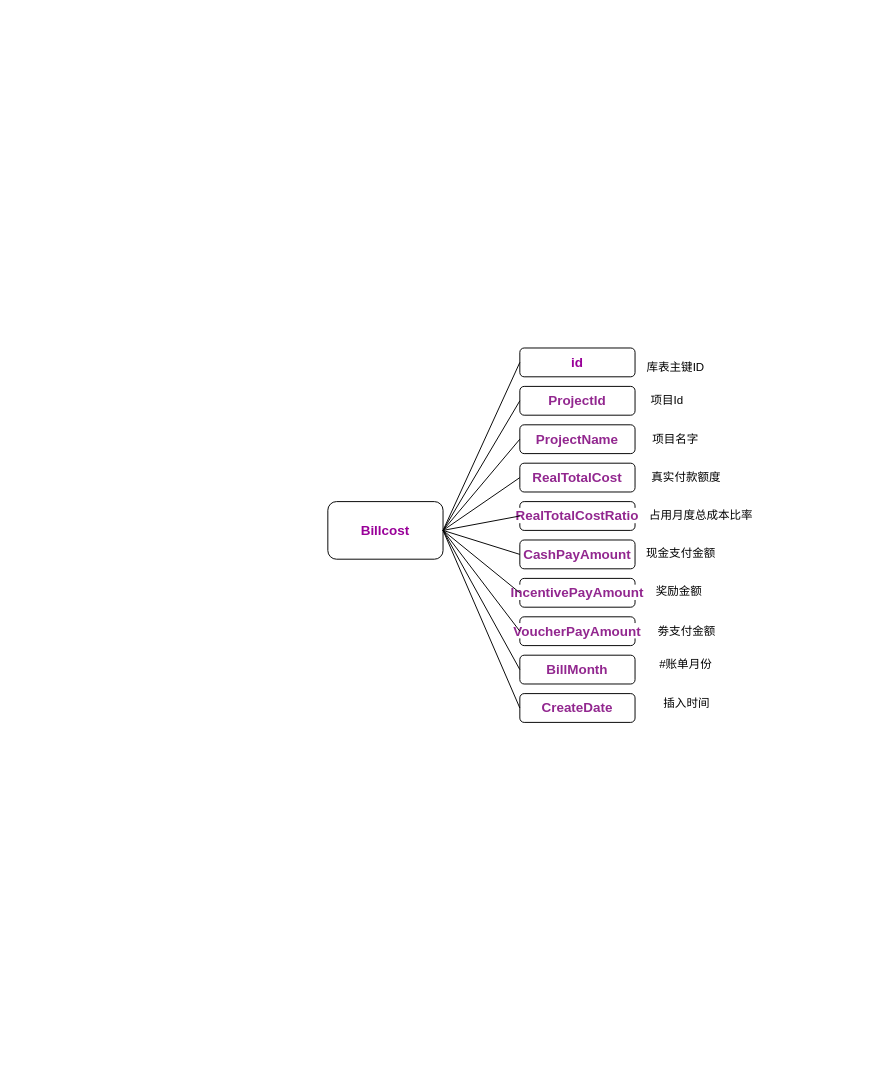
Above: display.drawio in Henryblankwu/untitled7 (draw.io), before the change. Source tidied: cells renumbered, new cells numbered last; positions are measured from the earlier drawing's top-left corner, leaving out a move shared by most shapes. Both pictures are drawn from the tidied source at 96%, with x=0, y=0 at pixel (327, 348).
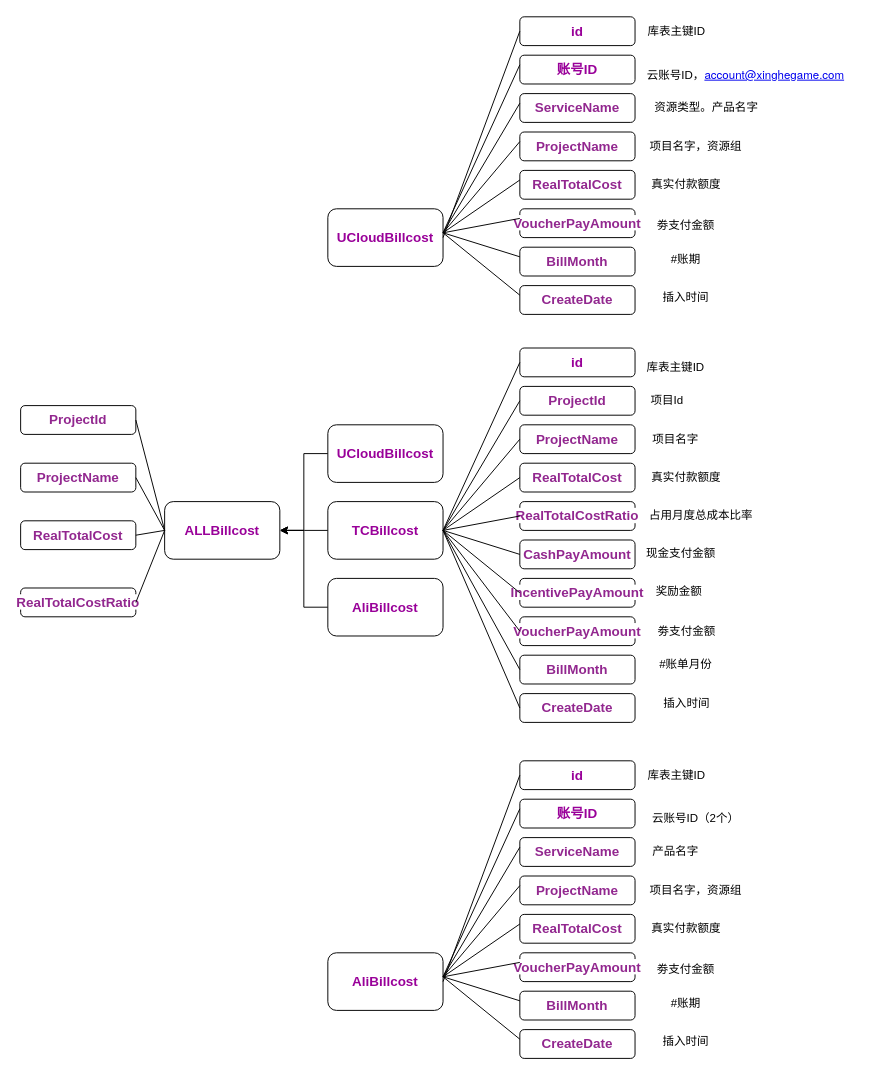
After the change.

Diff of the diagram source:
```diff
@@
+    <mxCell id="33" style="edgeStyle=orthogonalEdgeStyle;rounded=0;jettySize=auto;html=1;exitX=0;exitY=0.5;exitDx=0;exitDy=0;" parent="1" edge="1" source="13">
+      <mxGeometry relative="1" as="geometry">
+        <mxPoint x="-50" y="190" as="targetPoint" />
+      </mxGeometry>
+    </mxCell>
-    <mxCell id="13" value="&lt;b&gt;&lt;font color=&quot;#990099&quot; style=&quot;font-size: 14px&quot;&gt;Billcost&lt;/font&gt;&lt;/b&gt;" style="rounded=1;whiteSpace=wrap;html=1;" parent="1" vertex="1">
+    <mxCell id="13" value="&lt;b&gt;&lt;font color=&quot;#990099&quot; style=&quot;font-size: 14px&quot;&gt;TCBillcost&lt;/font&gt;&lt;/b&gt;" style="rounded=1;whiteSpace=wrap;html=1;" parent="1" vertex="1">
       <mxGeometry y="160" width="120" height="60" as="geometry" />
     </mxCell>
@@
+    <mxCell id="34" value="&lt;b&gt;&lt;font color=&quot;#990099&quot; style=&quot;font-size: 14px&quot;&gt;ALLBillcost&lt;/font&gt;&lt;/b&gt;" style="rounded=1;whiteSpace=wrap;html=1;" parent="1" vertex="1">
+      <mxGeometry x="-170" y="160" width="120" height="60" as="geometry" />
+    </mxCell>
+    <mxCell id="35" style="edgeStyle=orthogonalEdgeStyle;rounded=0;jettySize=auto;html=1;exitX=0;exitY=0.5;exitDx=0;exitDy=0;entryX=1;entryY=0.5;entryDx=0;entryDy=0;" parent="1" edge="1" source="36" target="34">
+      <mxGeometry relative="1" as="geometry" />
+    </mxCell>
+    <mxCell id="36" value="&lt;b&gt;&lt;font color=&quot;#990099&quot; style=&quot;font-size: 14px&quot;&gt;UCloudBillcost&lt;/font&gt;&lt;/b&gt;" style="rounded=1;whiteSpace=wrap;html=1;" parent="1" vertex="1">
+      <mxGeometry y="80" width="120" height="60" as="geometry" />
+    </mxCell>
+    <mxCell id="37" style="edgeStyle=orthogonalEdgeStyle;rounded=0;jettySize=auto;html=1;exitX=0;exitY=0.5;exitDx=0;exitDy=0;entryX=1;entryY=0.5;entryDx=0;entryDy=0;" parent="1" edge="1" source="38" target="34">
+      <mxGeometry relative="1" as="geometry" />
+    </mxCell>
+    <mxCell id="38" value="&lt;b&gt;&lt;font color=&quot;#990099&quot; style=&quot;font-size: 14px&quot;&gt;AliBillcost&lt;/font&gt;&lt;/b&gt;" style="rounded=1;whiteSpace=wrap;html=1;" parent="1" vertex="1">
+      <mxGeometry y="240" width="120" height="60" as="geometry" />
+    </mxCell>
+    <mxCell id="39" value="&lt;span style=&quot;color: rgb(146 , 39 , 143) ; font-family: &amp;#34;menlo&amp;#34; , monospace , &amp;#34;tahoma&amp;#34; , , ; font-size: 14px ; font-weight: 700 ; background-color: rgb(255 , 255 , 255)&quot;&gt;ProjectId&lt;/span&gt;" style="rounded=1;whiteSpace=wrap;html=1;" parent="1" vertex="1">
+      <mxGeometry x="-320" y="60" width="120" height="30" as="geometry" />
+    </mxCell>
+    <mxCell id="40" value="&lt;span style=&quot;color: rgb(146 , 39 , 143) ; font-family: &amp;#34;menlo&amp;#34; , monospace , &amp;#34;tahoma&amp;#34; , , ; font-size: 14px ; font-weight: 700 ; background-color: rgb(255 , 255 , 255)&quot;&gt;ProjectName&lt;/span&gt;" style="rounded=1;whiteSpace=wrap;html=1;" parent="1" vertex="1">
+      <mxGeometry x="-320" y="120" width="120" height="30" as="geometry" />
+    </mxCell>
+    <mxCell id="41" value="&lt;span style=&quot;color: rgb(146 , 39 , 143) ; font-family: &amp;#34;menlo&amp;#34; , monospace , &amp;#34;tahoma&amp;#34; , , ; font-size: 14px ; font-weight: 700 ; background-color: rgb(255 , 255 , 255)&quot;&gt;RealTotalCost&lt;/span&gt;" style="rounded=1;whiteSpace=wrap;html=1;" parent="1" vertex="1">
+      <mxGeometry x="-320" y="180" width="120" height="30" as="geometry" />
+    </mxCell>
+    <mxCell id="42" value="&lt;span style=&quot;color: rgb(146 , 39 , 143) ; font-family: &amp;#34;menlo&amp;#34; , monospace , &amp;#34;tahoma&amp;#34; , , ; font-size: 14px ; font-weight: 700 ; background-color: rgb(255 , 255 , 255)&quot;&gt;RealTotalCostRatio&lt;/span&gt;" style="rounded=1;whiteSpace=wrap;html=1;" parent="1" vertex="1">
+      <mxGeometry x="-320" y="250" width="120" height="30" as="geometry" />
+    </mxCell>
+    <mxCell id="43" style="endArrow=none;html=1;exitX=0;exitY=0.5;exitDx=0;exitDy=0;entryX=1;entryY=0.5;entryDx=0;entryDy=0;" parent="1" edge="1" source="34" target="39">
+      <mxGeometry relative="1" as="geometry" />
+    </mxCell>
+    <mxCell id="44" style="endArrow=none;html=1;entryX=1;entryY=0.5;entryDx=0;entryDy=0;" parent="1" edge="1" target="42">
+      <mxGeometry relative="1" as="geometry">
+        <mxPoint x="-170" y="190" as="sourcePoint" />
+      </mxGeometry>
+    </mxCell>
+    <mxCell id="45" style="endArrow=none;html=1;entryX=1;entryY=0.5;entryDx=0;entryDy=0;" parent="1" edge="1" target="40">
+      <mxGeometry relative="1" as="geometry">
+        <mxPoint x="-170" y="190" as="sourcePoint" />
+      </mxGeometry>
+    </mxCell>
+    <mxCell id="46" style="endArrow=none;html=1;entryX=1;entryY=0.5;entryDx=0;entryDy=0;" parent="1" edge="1" target="41">
+      <mxGeometry relative="1" as="geometry">
+        <mxPoint x="-170" y="190" as="sourcePoint" />
+      </mxGeometry>
+    </mxCell>
+    <mxCell id="47" value="&lt;b&gt;&lt;font color=&quot;#990099&quot; style=&quot;font-size: 14px&quot;&gt;AliBillcost&lt;/font&gt;&lt;/b&gt;" style="rounded=1;whiteSpace=wrap;html=1;" parent="1" vertex="1">
+      <mxGeometry y="630" width="120" height="60" as="geometry" />
+    </mxCell>
+    <mxCell id="48" value="&lt;font color=&quot;#990099&quot;&gt;&lt;span style=&quot;font-size: 14px&quot;&gt;&lt;b&gt;账号ID&lt;/b&gt;&lt;/span&gt;&lt;/font&gt;" style="rounded=1;whiteSpace=wrap;html=1;" parent="1" vertex="1">
+      <mxGeometry x="200" y="470" width="120" height="30" as="geometry" />
+    </mxCell>
+    <mxCell id="49" value="&lt;font color=&quot;#92278f&quot;&gt;&lt;span style=&quot;font-size: 14px ; background-color: rgb(255 , 255 , 255)&quot;&gt;&lt;b&gt;ServiceName&lt;/b&gt;&lt;/span&gt;&lt;/font&gt;" style="rounded=1;whiteSpace=wrap;html=1;" parent="1" vertex="1">
+      <mxGeometry x="200" y="510" width="120" height="30" as="geometry" />
+    </mxCell>
+    <mxCell id="50" value="&lt;span style=&quot;color: rgb(146 , 39 , 143) ; font-family: &amp;#34;menlo&amp;#34; , monospace , &amp;#34;tahoma&amp;#34; , , ; font-size: 14px ; font-weight: 700 ; background-color: rgb(255 , 255 , 255)&quot;&gt;ProjectName&lt;/span&gt;" style="rounded=1;whiteSpace=wrap;html=1;" parent="1" vertex="1">
+      <mxGeometry x="200" y="550" width="120" height="30" as="geometry" />
+    </mxCell>
+    <mxCell id="51" value="&lt;span style=&quot;color: rgb(146 , 39 , 143) ; font-family: &amp;#34;menlo&amp;#34; , monospace , &amp;#34;tahoma&amp;#34; , , ; font-size: 14px ; font-weight: 700 ; background-color: rgb(255 , 255 , 255)&quot;&gt;RealTotalCost&lt;/span&gt;" style="rounded=1;whiteSpace=wrap;html=1;" parent="1" vertex="1">
+      <mxGeometry x="200" y="590" width="120" height="30" as="geometry" />
+    </mxCell>
+    <mxCell id="52" value="&lt;span style=&quot;color: rgb(146 , 39 , 143) ; font-family: &amp;#34;menlo&amp;#34; , monospace , &amp;#34;tahoma&amp;#34; , , ; font-size: 14px ; font-weight: 700 ; background-color: rgb(255 , 255 , 255)&quot;&gt;VoucherPayAmount&lt;/span&gt;" style="rounded=1;whiteSpace=wrap;html=1;" parent="1" vertex="1">
+      <mxGeometry x="200" y="630" width="120" height="30" as="geometry" />
+    </mxCell>
+    <mxCell id="53" value="&lt;span style=&quot;color: rgb(146 , 39 , 143) ; font-family: &amp;#34;menlo&amp;#34; , monospace , &amp;#34;tahoma&amp;#34; , , ; font-size: 14px ; font-weight: 700 ; background-color: rgb(255 , 255 , 255)&quot;&gt;BillMonth&lt;/span&gt;" style="rounded=1;whiteSpace=wrap;html=1;" parent="1" vertex="1">
+      <mxGeometry x="200" y="670" width="120" height="30" as="geometry" />
+    </mxCell>
+    <mxCell id="54" value="#账期" style="text;html=1;strokeColor=none;fillColor=none;align=center;verticalAlign=middle;whiteSpace=wrap;rounded=0;" parent="1" vertex="1">
+      <mxGeometry x="329.5" y="672.5" width="86" height="20" as="geometry" />
+    </mxCell>
+    <mxCell id="55" value="劵支付金额" style="text;html=1;strokeColor=none;fillColor=none;align=center;verticalAlign=middle;whiteSpace=wrap;rounded=0;" parent="1" vertex="1">
+      <mxGeometry x="330" y="637.5" width="86" height="20" as="geometry" />
+    </mxCell>
+    <mxCell id="56" value="真实付款额度" style="text;html=1;strokeColor=none;fillColor=none;align=center;verticalAlign=middle;whiteSpace=wrap;rounded=0;" parent="1" vertex="1">
+      <mxGeometry x="320" y="595" width="107" height="20" as="geometry" />
+    </mxCell>
+    <mxCell id="57" value="项目名字，资源组" style="text;html=1;strokeColor=none;fillColor=none;align=center;verticalAlign=middle;whiteSpace=wrap;rounded=0;" parent="1" vertex="1">
+      <mxGeometry x="330" y="555" width="107" height="20" as="geometry" />
+    </mxCell>
+    <mxCell id="58" value="产品名字" style="text;html=1;strokeColor=none;fillColor=none;align=center;verticalAlign=middle;whiteSpace=wrap;rounded=0;" parent="1" vertex="1">
+      <mxGeometry x="309" y="515" width="107" height="20" as="geometry" />
+    </mxCell>
+    <mxCell id="59" value="云账号ID（2个）" style="text;html=1;strokeColor=none;fillColor=none;align=center;verticalAlign=middle;whiteSpace=wrap;rounded=0;" parent="1" vertex="1">
+      <mxGeometry x="329.5" y="480" width="107" height="20" as="geometry" />
+    </mxCell>
+    <mxCell id="60" value="&lt;font color=&quot;#92278f&quot;&gt;&lt;span style=&quot;font-size: 14px ; background-color: rgb(255 , 255 , 255)&quot;&gt;&lt;b&gt;CreateDate&lt;/b&gt;&lt;/span&gt;&lt;/font&gt;" style="rounded=1;whiteSpace=wrap;html=1;" parent="1" vertex="1">
+      <mxGeometry x="200" y="710" width="120" height="30" as="geometry" />
+    </mxCell>
+    <mxCell id="61" value="插入时间" style="text;html=1;strokeColor=none;fillColor=none;align=center;verticalAlign=middle;whiteSpace=wrap;rounded=0;" parent="1" vertex="1">
+      <mxGeometry x="330" y="712.5" width="86" height="20" as="geometry" />
+    </mxCell>
+    <mxCell id="62" style="endArrow=none;html=1;exitX=1;exitY=0.5;exitDx=0;exitDy=0;entryX=0;entryY=0.5;entryDx=0;entryDy=0;" parent="1" edge="1">
+      <mxGeometry relative="1" as="geometry">
+        <mxPoint x="120" y="655" as="sourcePoint" />
+        <mxPoint x="200" y="520" as="targetPoint" />
+      </mxGeometry>
+    </mxCell>
+    <mxCell id="63" style="endArrow=none;html=1;exitX=1;exitY=0.5;exitDx=0;exitDy=0;entryX=0;entryY=0.5;entryDx=0;entryDy=0;" parent="1" edge="1">
+      <mxGeometry relative="1" as="geometry">
+        <mxPoint x="120" y="655" as="sourcePoint" />
+        <mxPoint x="200" y="480" as="targetPoint" />
+      </mxGeometry>
+    </mxCell>
+    <mxCell id="64" style="endArrow=none;html=1;exitX=1;exitY=0.5;exitDx=0;exitDy=0;entryX=0;entryY=0.5;entryDx=0;entryDy=0;" parent="1" edge="1">
+      <mxGeometry relative="1" as="geometry">
+        <mxPoint x="120" y="655" as="sourcePoint" />
+        <mxPoint x="200" y="560" as="targetPoint" />
+      </mxGeometry>
+    </mxCell>
+    <mxCell id="65" style="endArrow=none;html=1;exitX=1;exitY=0.5;exitDx=0;exitDy=0;entryX=0;entryY=0.5;entryDx=0;entryDy=0;" parent="1" edge="1">
+      <mxGeometry relative="1" as="geometry">
+        <mxPoint x="120" y="655" as="sourcePoint" />
+        <mxPoint x="200" y="600" as="targetPoint" />
+      </mxGeometry>
+    </mxCell>
+    <mxCell id="66" style="endArrow=none;html=1;exitX=1;exitY=0.5;exitDx=0;exitDy=0;entryX=0;entryY=0.5;entryDx=0;entryDy=0;" parent="1" edge="1">
+      <mxGeometry relative="1" as="geometry">
+        <mxPoint x="120" y="655" as="sourcePoint" />
+        <mxPoint x="200" y="640" as="targetPoint" />
+      </mxGeometry>
+    </mxCell>
+    <mxCell id="67" style="endArrow=none;html=1;exitX=1;exitY=0.5;exitDx=0;exitDy=0;entryX=0;entryY=0.5;entryDx=0;entryDy=0;" parent="1" edge="1">
+      <mxGeometry relative="1" as="geometry">
+        <mxPoint x="120" y="655" as="sourcePoint" />
+        <mxPoint x="200" y="680" as="targetPoint" />
+      </mxGeometry>
+    </mxCell>
+    <mxCell id="68" style="endArrow=none;html=1;exitX=1;exitY=0.5;exitDx=0;exitDy=0;entryX=0;entryY=0.5;entryDx=0;entryDy=0;" parent="1" edge="1">
+      <mxGeometry relative="1" as="geometry">
+        <mxPoint x="120" y="655" as="sourcePoint" />
+        <mxPoint x="200" y="720" as="targetPoint" />
+      </mxGeometry>
+    </mxCell>
+    <mxCell id="69" value="&lt;b&gt;&lt;font style=&quot;font-size: 14px&quot; color=&quot;#990099&quot;&gt;id&lt;/font&gt;&lt;/b&gt;" style="rounded=1;whiteSpace=wrap;html=1;" parent="1" vertex="1">
+      <mxGeometry x="200" y="430" width="120" height="30" as="geometry" />
+    </mxCell>
+    <mxCell id="70" value="库表主键ID" style="text;html=1;strokeColor=none;fillColor=none;align=center;verticalAlign=middle;whiteSpace=wrap;rounded=0;" parent="1" vertex="1">
+      <mxGeometry x="309.5" y="435" width="107" height="20" as="geometry" />
+    </mxCell>
+    <mxCell id="71" style="endArrow=none;html=1;exitX=1;exitY=0.5;exitDx=0;exitDy=0;entryX=0;entryY=0.5;entryDx=0;entryDy=0;" parent="1" edge="1" source="47" target="69">
+      <mxGeometry relative="1" as="geometry" />
+    </mxCell>
+    <mxCell id="72" value="&lt;b&gt;&lt;font color=&quot;#990099&quot; style=&quot;font-size: 14px&quot;&gt;UCloudBillcost&lt;/font&gt;&lt;/b&gt;" style="rounded=1;whiteSpace=wrap;html=1;" parent="1" vertex="1">
+      <mxGeometry y="-145" width="120" height="60" as="geometry" />
+    </mxCell>
+    <mxCell id="73" value="&lt;font color=&quot;#990099&quot;&gt;&lt;span style=&quot;font-size: 14px&quot;&gt;&lt;b&gt;账号ID&lt;/b&gt;&lt;/span&gt;&lt;/font&gt;" style="rounded=1;whiteSpace=wrap;html=1;" parent="1" vertex="1">
+      <mxGeometry x="200" y="-305" width="120" height="30" as="geometry" />
+    </mxCell>
+    <mxCell id="74" value="&lt;font color=&quot;#92278f&quot;&gt;&lt;span style=&quot;font-size: 14px ; background-color: rgb(255 , 255 , 255)&quot;&gt;&lt;b&gt;ServiceName&lt;/b&gt;&lt;/span&gt;&lt;/font&gt;" style="rounded=1;whiteSpace=wrap;html=1;" parent="1" vertex="1">
+      <mxGeometry x="200" y="-265" width="120" height="30" as="geometry" />
+    </mxCell>
+    <mxCell id="75" value="&lt;span style=&quot;color: rgb(146 , 39 , 143) ; font-family: &amp;#34;menlo&amp;#34; , monospace , &amp;#34;tahoma&amp;#34; , , ; font-size: 14px ; font-weight: 700 ; background-color: rgb(255 , 255 , 255)&quot;&gt;ProjectName&lt;/span&gt;" style="rounded=1;whiteSpace=wrap;html=1;" parent="1" vertex="1">
+      <mxGeometry x="200" y="-225" width="120" height="30" as="geometry" />
+    </mxCell>
+    <mxCell id="76" value="&lt;span style=&quot;color: rgb(146 , 39 , 143) ; font-family: &amp;#34;menlo&amp;#34; , monospace , &amp;#34;tahoma&amp;#34; , , ; font-size: 14px ; font-weight: 700 ; background-color: rgb(255 , 255 , 255)&quot;&gt;RealTotalCost&lt;/span&gt;" style="rounded=1;whiteSpace=wrap;html=1;" parent="1" vertex="1">
+      <mxGeometry x="200" y="-185" width="120" height="30" as="geometry" />
+    </mxCell>
+    <mxCell id="77" value="&lt;span style=&quot;color: rgb(146 , 39 , 143) ; font-family: &amp;#34;menlo&amp;#34; , monospace , &amp;#34;tahoma&amp;#34; , , ; font-size: 14px ; font-weight: 700 ; background-color: rgb(255 , 255 , 255)&quot;&gt;VoucherPayAmount&lt;/span&gt;" style="rounded=1;whiteSpace=wrap;html=1;" parent="1" vertex="1">
+      <mxGeometry x="200" y="-145" width="120" height="30" as="geometry" />
+    </mxCell>
+    <mxCell id="78" value="&lt;span style=&quot;color: rgb(146 , 39 , 143) ; font-family: &amp;#34;menlo&amp;#34; , monospace , &amp;#34;tahoma&amp;#34; , , ; font-size: 14px ; font-weight: 700 ; background-color: rgb(255 , 255 , 255)&quot;&gt;BillMonth&lt;/span&gt;" style="rounded=1;whiteSpace=wrap;html=1;" parent="1" vertex="1">
+      <mxGeometry x="200" y="-105" width="120" height="30" as="geometry" />
+    </mxCell>
+    <mxCell id="79" value="#账期" style="text;html=1;strokeColor=none;fillColor=none;align=center;verticalAlign=middle;whiteSpace=wrap;rounded=0;" parent="1" vertex="1">
+      <mxGeometry x="329.5" y="-102.5" width="86" height="20" as="geometry" />
+    </mxCell>
+    <mxCell id="80" value="劵支付金额" style="text;html=1;strokeColor=none;fillColor=none;align=center;verticalAlign=middle;whiteSpace=wrap;rounded=0;" parent="1" vertex="1">
+      <mxGeometry x="330" y="-137.5" width="86" height="20" as="geometry" />
+    </mxCell>
+    <mxCell id="81" value="真实付款额度" style="text;html=1;strokeColor=none;fillColor=none;align=center;verticalAlign=middle;whiteSpace=wrap;rounded=0;" parent="1" vertex="1">
+      <mxGeometry x="320" y="-180" width="107" height="20" as="geometry" />
+    </mxCell>
+    <mxCell id="82" value="项目名字，资源组" style="text;html=1;strokeColor=none;fillColor=none;align=center;verticalAlign=middle;whiteSpace=wrap;rounded=0;" parent="1" vertex="1">
+      <mxGeometry x="330" y="-220" width="107" height="20" as="geometry" />
+    </mxCell>
+    <mxCell id="83" value="资源类型。产品名字" style="text;html=1;strokeColor=none;fillColor=none;align=center;verticalAlign=middle;whiteSpace=wrap;rounded=0;" parent="1" vertex="1">
+      <mxGeometry x="319" y="-260" width="151" height="20" as="geometry" />
+    </mxCell>
+    <mxCell id="84" value="云账号ID，&lt;a href=&quot;mailto:account@xinghegame.com&quot; style=&quot;font-family: &amp;#34;helvetica neue&amp;#34;&quot;&gt;account@xinghegame.com&lt;/a&gt;" style="text;html=1;strokeColor=none;fillColor=none;align=center;verticalAlign=middle;whiteSpace=wrap;rounded=0;" parent="1" vertex="1">
+      <mxGeometry x="320" y="-295" width="231" height="20" as="geometry" />
+    </mxCell>
+    <mxCell id="85" value="&lt;font color=&quot;#92278f&quot;&gt;&lt;span style=&quot;font-size: 14px ; background-color: rgb(255 , 255 , 255)&quot;&gt;&lt;b&gt;CreateDate&lt;/b&gt;&lt;/span&gt;&lt;/font&gt;" style="rounded=1;whiteSpace=wrap;html=1;" parent="1" vertex="1">
+      <mxGeometry x="200" y="-65" width="120" height="30" as="geometry" />
+    </mxCell>
+    <mxCell id="86" value="插入时间" style="text;html=1;strokeColor=none;fillColor=none;align=center;verticalAlign=middle;whiteSpace=wrap;rounded=0;" parent="1" vertex="1">
+      <mxGeometry x="330" y="-62.5" width="86" height="20" as="geometry" />
+    </mxCell>
+    <mxCell id="87" style="endArrow=none;html=1;exitX=1;exitY=0.5;exitDx=0;exitDy=0;entryX=0;entryY=0.5;entryDx=0;entryDy=0;" parent="1" edge="1">
+      <mxGeometry relative="1" as="geometry">
+        <mxPoint x="120" y="-120" as="sourcePoint" />
+        <mxPoint x="200" y="-255" as="targetPoint" />
+      </mxGeometry>
+    </mxCell>
+    <mxCell id="88" style="endArrow=none;html=1;exitX=1;exitY=0.5;exitDx=0;exitDy=0;entryX=0;entryY=0.5;entryDx=0;entryDy=0;" parent="1" edge="1">
+      <mxGeometry relative="1" as="geometry">
+        <mxPoint x="120" y="-120" as="sourcePoint" />
+        <mxPoint x="200" y="-295" as="targetPoint" />
+      </mxGeometry>
+    </mxCell>
+    <mxCell id="89" style="endArrow=none;html=1;exitX=1;exitY=0.5;exitDx=0;exitDy=0;entryX=0;entryY=0.5;entryDx=0;entryDy=0;" parent="1" edge="1">
+      <mxGeometry relative="1" as="geometry">
+        <mxPoint x="120" y="-120" as="sourcePoint" />
+        <mxPoint x="200" y="-215" as="targetPoint" />
+      </mxGeometry>
+    </mxCell>
+    <mxCell id="90" style="endArrow=none;html=1;exitX=1;exitY=0.5;exitDx=0;exitDy=0;entryX=0;entryY=0.5;entryDx=0;entryDy=0;" parent="1" edge="1">
+      <mxGeometry relative="1" as="geometry">
+        <mxPoint x="120" y="-120" as="sourcePoint" />
+        <mxPoint x="200" y="-175" as="targetPoint" />
+      </mxGeometry>
+    </mxCell>
+    <mxCell id="91" style="endArrow=none;html=1;exitX=1;exitY=0.5;exitDx=0;exitDy=0;entryX=0;entryY=0.5;entryDx=0;entryDy=0;" parent="1" edge="1">
+      <mxGeometry relative="1" as="geometry">
+        <mxPoint x="120" y="-120" as="sourcePoint" />
+        <mxPoint x="200" y="-135" as="targetPoint" />
+      </mxGeometry>
+    </mxCell>
+    <mxCell id="92" style="endArrow=none;html=1;exitX=1;exitY=0.5;exitDx=0;exitDy=0;entryX=0;entryY=0.5;entryDx=0;entryDy=0;" parent="1" edge="1">
+      <mxGeometry relative="1" as="geometry">
+        <mxPoint x="120" y="-120" as="sourcePoint" />
+        <mxPoint x="200" y="-95" as="targetPoint" />
+      </mxGeometry>
+    </mxCell>
+    <mxCell id="93" style="endArrow=none;html=1;exitX=1;exitY=0.5;exitDx=0;exitDy=0;entryX=0;entryY=0.5;entryDx=0;entryDy=0;" parent="1" edge="1">
+      <mxGeometry relative="1" as="geometry">
+        <mxPoint x="120" y="-120" as="sourcePoint" />
+        <mxPoint x="200" y="-55" as="targetPoint" />
+      </mxGeometry>
+    </mxCell>
+    <mxCell id="94" value="&lt;b&gt;&lt;font style=&quot;font-size: 14px&quot; color=&quot;#990099&quot;&gt;id&lt;/font&gt;&lt;/b&gt;" style="rounded=1;whiteSpace=wrap;html=1;" parent="1" vertex="1">
+      <mxGeometry x="200" y="-345" width="120" height="30" as="geometry" />
+    </mxCell>
+    <mxCell id="95" value="库表主键ID" style="text;html=1;strokeColor=none;fillColor=none;align=center;verticalAlign=middle;whiteSpace=wrap;rounded=0;" parent="1" vertex="1">
+      <mxGeometry x="309.5" y="-340" width="107" height="20" as="geometry" />
+    </mxCell>
+    <mxCell id="96" style="endArrow=none;html=1;exitX=1;exitY=0.5;exitDx=0;exitDy=0;entryX=0;entryY=0.5;entryDx=0;entryDy=0;" parent="1" edge="1" source="72" target="94">
+      <mxGeometry relative="1" as="geometry" />
+    </mxCell>
```
